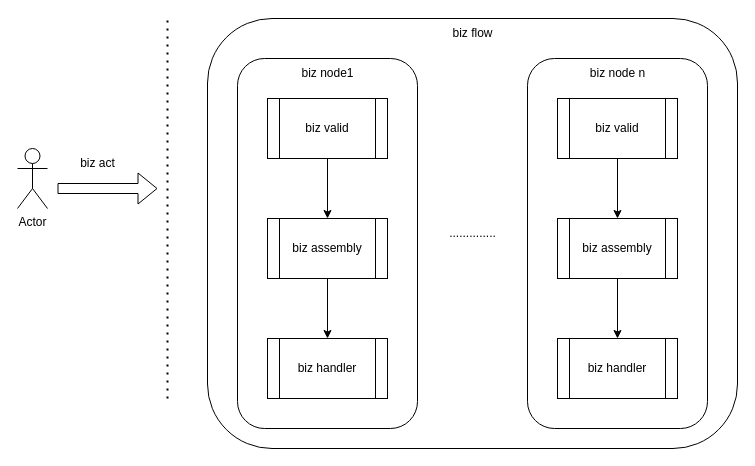
Before: draw.io/solf.drawio in zzqfsy/zzqfsy.github.io, a draw.io diagram. Source tidied: cells renumbered, new cells numbered last; positions are measured from the earlier drawing's top-left corner, leaving out a move shared by most shapes. Both pictures are drawn from the tidied source at 100%, with x=0, y=0 at pixel (17, 18).
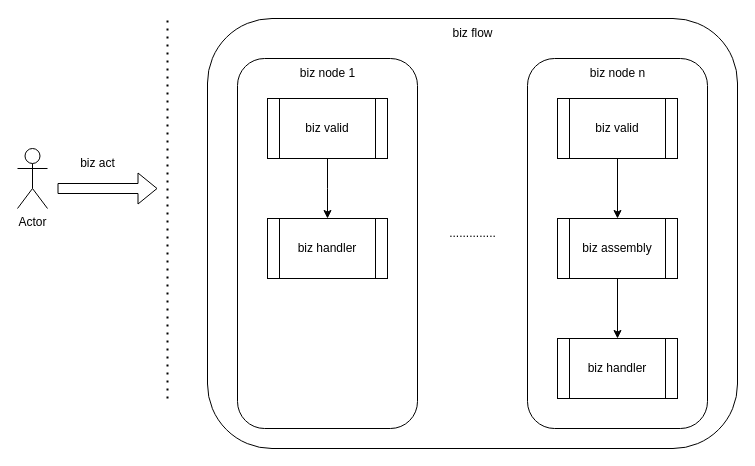
Above is the later version.

Unchanged cells that the change refers to:
```xml
<mxCell id="5" value="biz valid" style="shape=process;whiteSpace=wrap;html=1;backgroundOutline=1;" parent="1" vertex="1">
  <mxGeometry x="250" y="80" width="120" height="60" as="geometry" />
</mxCell>
```

Change to the diagram source:
```diff
@@
-    <mxCell id="4" style="edgeStyle=orthogonalEdgeStyle;rounded=0;jettySize=auto;html=1;exitX=0.5;exitY=1;exitDx=0;exitDy=0;" parent="1" edge="1" source="5" target="8">
-      <mxGeometry relative="1" as="geometry" />
+    <mxCell id="4" style="edgeStyle=orthogonalEdgeStyle;rounded=0;jettySize=auto;html=1;exitX=0.5;exitY=1;exitDx=0;exitDy=0;" parent="1" edge="1" source="5">
+      <mxGeometry relative="1" as="geometry">
+        <mxPoint x="310" y="200" as="targetPoint" />
+      </mxGeometry>
     </mxCell>
@@
-    <mxCell id="7" style="edgeStyle=orthogonalEdgeStyle;rounded=0;jettySize=auto;html=1;exitX=0.5;exitY=1;exitDx=0;exitDy=0;" parent="1" edge="1" source="8" target="9">
-      <mxGeometry relative="1" as="geometry" />
-    </mxCell>
-    <mxCell id="8" value="biz assembly" style="shape=process;whiteSpace=wrap;html=1;backgroundOutline=1;" parent="1" vertex="1">
-      <mxGeometry x="250" y="200" width="120" height="60" as="geometry" />
-    </mxCell>
     <mxCell id="9" value="biz handler" style="shape=process;whiteSpace=wrap;html=1;backgroundOutline=1;" parent="1" vertex="1">
-      <mxGeometry x="250" y="320" width="120" height="60" as="geometry" />
+      <mxGeometry x="250" y="200" width="120" height="60" as="geometry" />
     </mxCell>
-    <mxCell id="10" value="biz node1" style="text;html=1;align=center;verticalAlign=middle;strokeColor=none;fillColor=none;" parent="1" vertex="1">
+    <mxCell id="10" value="biz node 1" style="text;html=1;align=center;verticalAlign=middle;strokeColor=none;fillColor=none;" parent="1" vertex="1">
       <mxGeometry x="270" y="40" width="80" height="30" as="geometry" />
     </mxCell>
```
